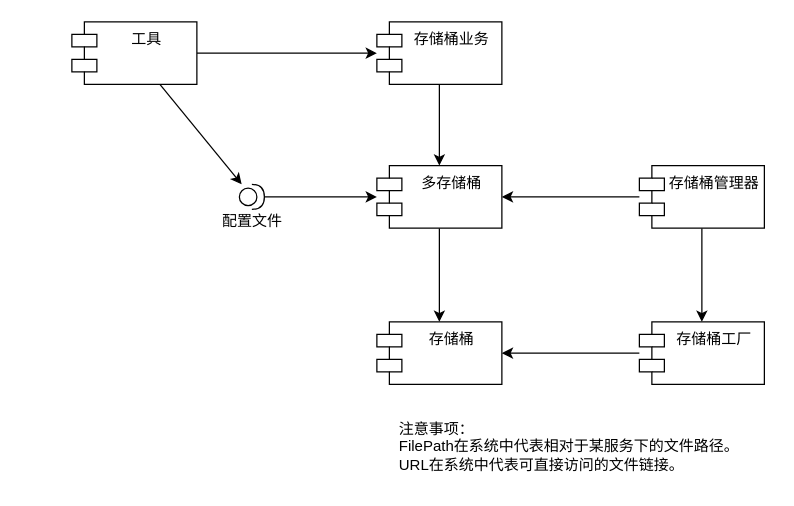
Geek-XD/Ruoyi-Geek-SpringBoot3 keeps this draw.io diagram as doc/文件系统-设计理念.drawio. Above is the earlier version. Source tidied: cells renumbered, new cells numbered last; positions are measured from the earlier drawing's top-left corner, leaving out a move shared by most shapes. Both pictures are drawn from the tidied source at 125%, with x=0, y=0 at pixel (71, 21).
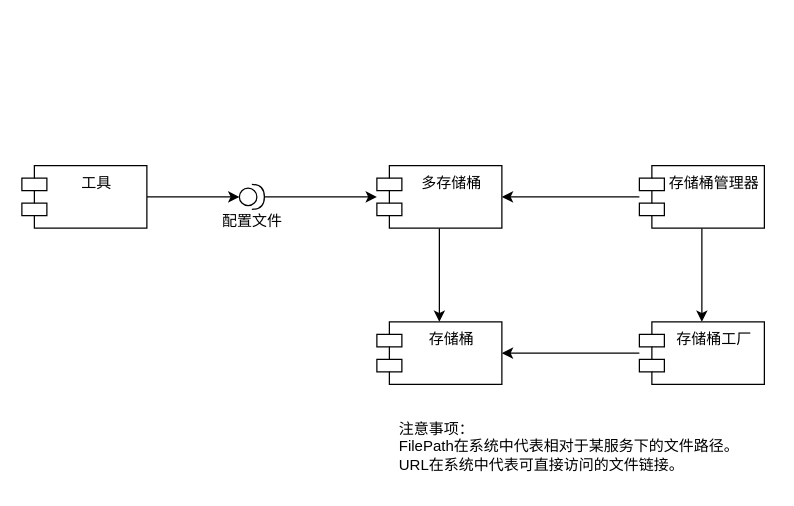
After the change.

Commit message (it also covers changes not shown here):
调整图纸和一些配置

What changed in the source:
```diff
@@
 <mxGraphModel>
   <root>
     <mxCell id="0" />
     <mxCell id="1" parent="0" />
     <mxCell id="2" style="edgeStyle=none;html=1;" parent="1" edge="1" source="4" target="10">
       <mxGeometry relative="1" as="geometry" />
     </mxCell>
-    <mxCell id="3" style="edgeStyle=none;html=1;" parent="1" edge="1" source="4" target="6">
-      <mxGeometry relative="1" as="geometry" />
-    </mxCell>
     <mxCell id="4" value="工具" style="shape=module;align=left;spacingLeft=20;align=center;verticalAlign=top;whiteSpace=wrap;html=1;" parent="1" vertex="1">
-      <mxGeometry width="100" height="50" as="geometry" />
+      <mxGeometry x="-40" y="115" width="100" height="50" as="geometry" />
     </mxCell>
-    <mxCell id="5" style="edgeStyle=none;html=1;" parent="1" edge="1" source="6" target="8">
-      <mxGeometry relative="1" as="geometry" />
-    </mxCell>
-    <mxCell id="6" value="存储桶业务" style="shape=module;align=left;spacingLeft=20;align=center;verticalAlign=top;whiteSpace=wrap;html=1;" parent="1" vertex="1">
-      <mxGeometry x="244" width="100" height="50" as="geometry" />
-    </mxCell>
     <mxCell id="7" style="edgeStyle=none;html=1;" parent="1" edge="1" source="8" target="16">
       <mxGeometry relative="1" as="geometry" />
     </mxCell>
     <mxCell id="8" value="多存储桶" style="shape=module;align=left;spacingLeft=20;align=center;verticalAlign=top;whiteSpace=wrap;html=1;" parent="1" vertex="1">
       <mxGeometry x="244" y="115" width="100" height="50" as="geometry" />
     </mxCell>
     <mxCell id="9" style="edgeStyle=none;html=1;" parent="1" edge="1" source="10" target="8">
       <mxGeometry relative="1" as="geometry" />
     </mxCell>
     <mxCell id="10" value="配置文件" style="shape=providedRequiredInterface;html=1;verticalLabelPosition=bottom;sketch=0;" parent="1" vertex="1">
       <mxGeometry x="134" y="130" width="20" height="20" as="geometry" />
     </mxCell>
     <mxCell id="11" style="edgeStyle=none;html=1;" parent="1" edge="1" source="13" target="8">
       <mxGeometry relative="1" as="geometry" />
     </mxCell>
     <mxCell id="12" style="edgeStyle=none;html=1;" parent="1" edge="1" source="13" target="15">
       <mxGeometry relative="1" as="geometry" />
     </mxCell>
     <mxCell id="13" value="存储桶管理器" style="shape=module;align=left;spacingLeft=20;align=center;verticalAlign=top;whiteSpace=wrap;html=1;" parent="1" vertex="1">
       <mxGeometry x="454" y="115" width="100" height="50" as="geometry" />
     </mxCell>
     <mxCell id="14" style="edgeStyle=none;html=1;" parent="1" edge="1" source="15" target="16">
       <mxGeometry relative="1" as="geometry" />
     </mxCell>
     <mxCell id="15" value="存储桶工厂" style="shape=module;align=left;spacingLeft=20;align=center;verticalAlign=top;whiteSpace=wrap;html=1;" parent="1" vertex="1">
       <mxGeometry x="454" y="240" width="100" height="50" as="geometry" />
     </mxCell>
     <mxCell id="16" value="存储桶" style="shape=module;align=left;spacingLeft=20;align=center;verticalAlign=top;whiteSpace=wrap;html=1;" parent="1" vertex="1">
       <mxGeometry x="244" y="240" width="100" height="50" as="geometry" />
     </mxCell>
     <mxCell id="17" value="注意事项：&lt;div&gt;FilePath在系统中代表相对于某服务下的文件路径。&lt;/div&gt;&lt;div&gt;URL在系统中代表可直接访问的文件链接。&lt;/div&gt;" style="text;html=1;align=left;verticalAlign=middle;strokeColor=none;fillColor=none;" parent="1" vertex="1">
       <mxGeometry x="260" y="310" width="300" height="60" as="geometry" />
     </mxCell>
   </root>
 </mxGraphModel>
```
